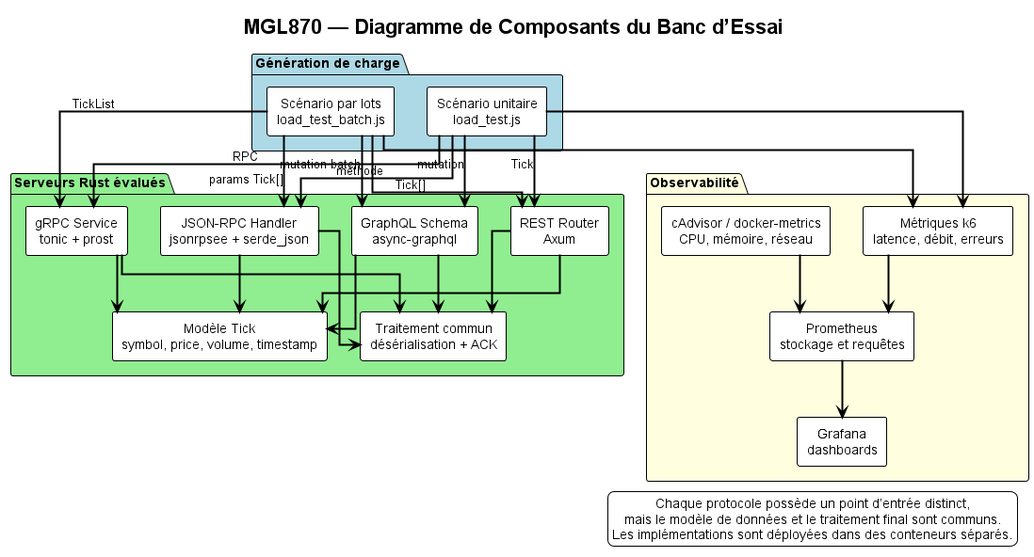
Before: docs/figures/components.png, a diagram exported from PlantUML (Hugo-12341234/mgl870-benchmark-ipc). Source of this version:
```plantuml
@startuml "MGL870 - Vue Composants"
!theme plain
skinparam backgroundColor #FFFFFF
skinparam linetype ortho
skinparam shadowing false
skinparam componentStyle rectangle
skinparam ArrowThickness 2
skinparam defaultTextAlignment center
skinparam defaultFontName Arial

title "MGL870 — Diagramme de Composants du Banc d’Essai"

package "Génération de charge" #LightBlue {
  component "Scénario unitaire\nload_test.js" as Single
  component "Scénario par lots\nload_test_batch.js" as Batch
}

package "Serveurs Rust évalués" #LightGreen {
  component "REST Router\nAxum" as Rest
  component "GraphQL Schema\nasync-graphql" as Graphql
  component "JSON-RPC Handler\njsonrpsee + serde_json" as JsonRpc
  component "gRPC Service\ntonic + prost" as Grpc
  component "Modèle Tick\nsymbol, price, volume, timestamp" as Tick
  component "Traitement commun\ndésérialisation + ACK" as Processing
}

package "Observabilité" #LightYellow {
  component "Métriques k6\nlatence, débit, erreurs" as K6Metrics
  component "cAdvisor / docker-metrics\nCPU, mémoire, réseau" as ContainerMetrics
  component "Prometheus\nstockage et requêtes" as Prometheus
  component "Grafana\ndashboards" as Grafana
}

Single --> Rest : Tick
Single --> Graphql : mutation
Single --> JsonRpc : méthode
Single --> Grpc : RPC
Batch --> Rest : Tick[]
Batch --> Graphql : mutation batch
Batch --> JsonRpc : params Tick[]
Batch --> Grpc : TickList

Rest --> Tick
Graphql --> Tick
JsonRpc --> Tick
Grpc --> Tick
Rest --> Processing
Graphql --> Processing
JsonRpc --> Processing
Grpc --> Processing

Single --> K6Metrics
Batch --> K6Metrics
ContainerMetrics --> Prometheus
K6Metrics --> Prometheus
Prometheus --> Grafana

legend right
Chaque protocole possède un point d’entrée distinct,
mais le modèle de données et le traitement final sont communs.
Les implémentations sont déployées dans des conteneurs séparés.
endlegend

@enduml
```
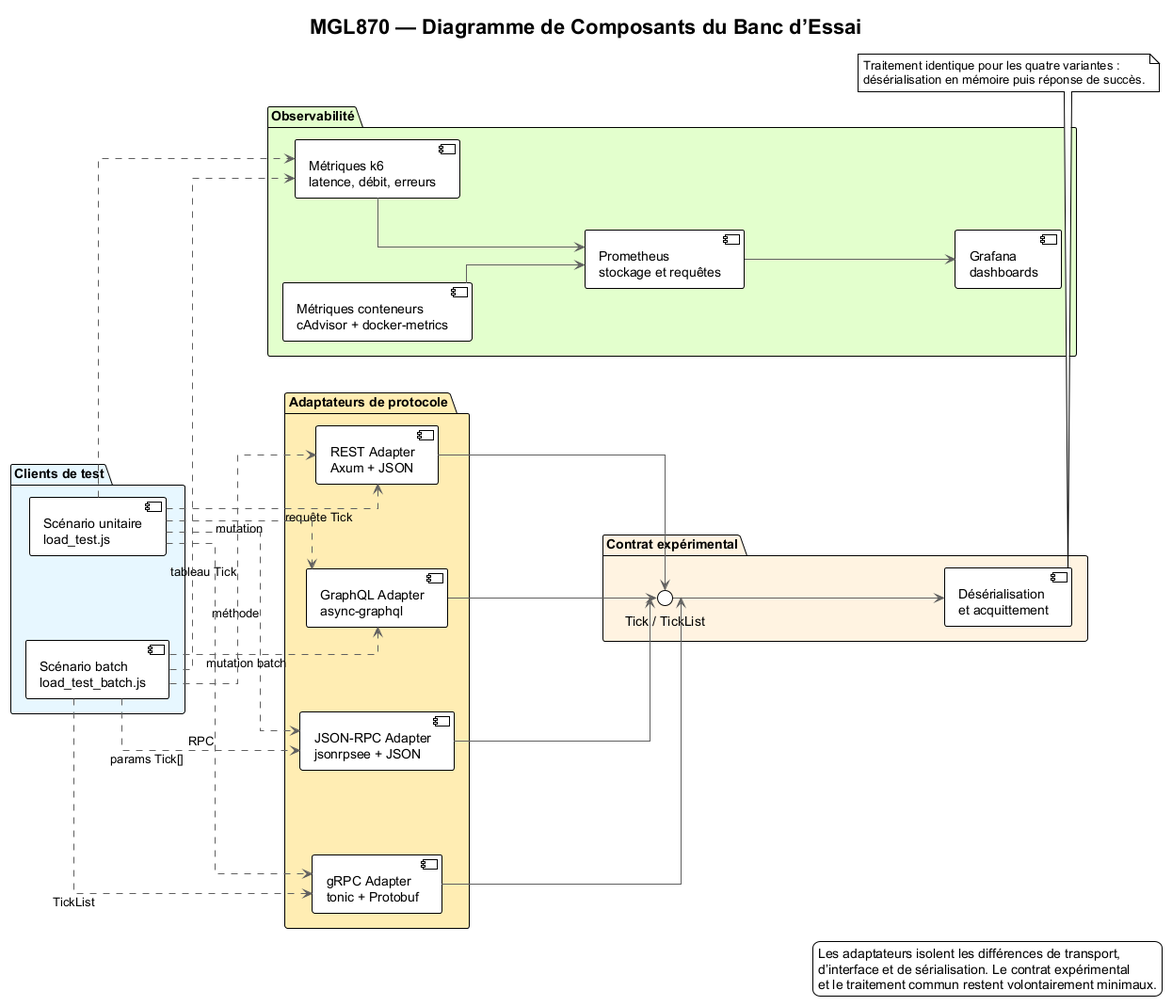
After the change.

Commit message:
Add more diagrams, and update the current ones

Change to the diagram source:
```diff
@@ -1,64 +1,72 @@
 @startuml "MGL870 - Vue Composants"
 !theme plain
 skinparam backgroundColor #FFFFFF
+skinparam componentStyle uml2
 skinparam linetype ortho
 skinparam shadowing false
-skinparam componentStyle rectangle
-skinparam ArrowThickness 2
-skinparam defaultTextAlignment center
+skinparam ArrowColor #606060
+skinparam FontColor #404040
+skinparam nodesep 90
+skinparam ranksep 120
 skinparam defaultFontName Arial
+left to right direction
 
 title "MGL870 — Diagramme de Composants du Banc d’Essai"
 
-package "Génération de charge" #LightBlue {
-  component "Scénario unitaire\nload_test.js" as Single
-  component "Scénario par lots\nload_test_batch.js" as Batch
+package "Clients de test" #E6F7FF {
+  [Scénario unitaire\nload_test.js] as Single
+  [Scénario batch\nload_test_batch.js] as Batch
 }
 
-package "Serveurs Rust évalués" #LightGreen {
-  component "REST Router\nAxum" as Rest
-  component "GraphQL Schema\nasync-graphql" as Graphql
-  component "JSON-RPC Handler\njsonrpsee + serde_json" as JsonRpc
-  component "gRPC Service\ntonic + prost" as Grpc
-  component "Modèle Tick\nsymbol, price, volume, timestamp" as Tick
-  component "Traitement commun\ndésérialisation + ACK" as Processing
+package "Adaptateurs de protocole" #FFECB3 {
+  [REST Adapter\nAxum + JSON] as Rest
+  [GraphQL Adapter\nasync-graphql] as Graphql
+  [JSON-RPC Adapter\njsonrpsee + JSON] as JsonRpc
+  [gRPC Adapter\ntonic + Protobuf] as Grpc
 }
 
-package "Observabilité" #LightYellow {
-  component "Métriques k6\nlatence, débit, erreurs" as K6Metrics
-  component "cAdvisor / docker-metrics\nCPU, mémoire, réseau" as ContainerMetrics
-  component "Prometheus\nstockage et requêtes" as Prometheus
-  component "Grafana\ndashboards" as Grafana
+package "Contrat expérimental" #FFF3E0 {
+  interface "Tick / TickList" as TickContract
+  [Désérialisation\net acquittement] as Processing
 }
 
-Single --> Rest : Tick
-Single --> Graphql : mutation
-Single --> JsonRpc : méthode
-Single --> Grpc : RPC
-Batch --> Rest : Tick[]
-Batch --> Graphql : mutation batch
-Batch --> JsonRpc : params Tick[]
-Batch --> Grpc : TickList
+package "Observabilité" #E2FFCC {
+  [Métriques k6\nlatence, débit, erreurs] as K6Metrics
+  [Métriques conteneurs\ncAdvisor + docker-metrics] as ContainerMetrics
+  [Prometheus\nstockage et requêtes] as Prometheus
+  [Grafana\ndashboards] as Grafana
+}
 
-Rest --> Tick
-Graphql --> Tick
-JsonRpc --> Tick
-Grpc --> Tick
-Rest --> Processing
-Graphql --> Processing
-JsonRpc --> Processing
-Grpc --> Processing
+Single ..> Rest : requête Tick
+Single ..> Graphql : mutation
+Single ..> JsonRpc : méthode
+Single ..> Grpc : RPC
+Batch ..> Rest : tableau Tick
+Batch ..> Graphql : mutation batch
+Batch ..> JsonRpc : params Tick[]
+Batch ..> Grpc : TickList
 
-Single --> K6Metrics
-Batch --> K6Metrics
+Rest --> TickContract
+Graphql --> TickContract
+JsonRpc --> TickContract
+Grpc --> TickContract
+TickContract --> Processing
+
+Single ..> K6Metrics
+Batch ..> K6Metrics
 ContainerMetrics --> Prometheus
 K6Metrics --> Prometheus
 Prometheus --> Grafana
 
+note bottom of Processing
+Traitement identique pour les quatre variantes :
+désérialisation en mémoire puis réponse de succès.
+end note
+
 legend right
-Chaque protocole possède un point d’entrée distinct,
-mais le modèle de données et le traitement final sont communs.
-Les implémentations sont déployées dans des conteneurs séparés.
+Les adaptateurs isolent les différences de transport,
+d’interface et de sérialisation. Le contrat expérimental
+et le traitement commun restent volontairement minimaux.
 endlegend
 
 @enduml
```
